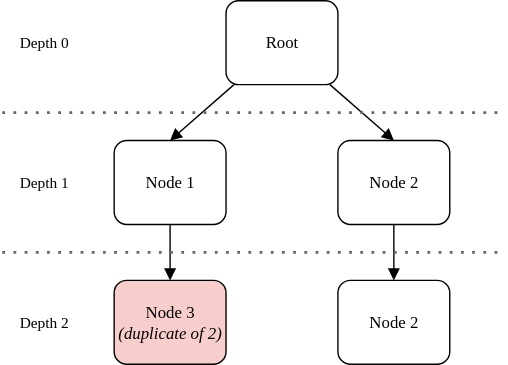
The draw.io diagram Bilder/DrawIO/side_effects_right.svg in jatsqi/master-thesis-latex, before a commit. Source tidied: cells renumbered, new cells last; positions are measured from the earlier drawing's top-left corner, leaving out a move shared by most shapes. Source of this version:
```xml
<mxGraphModel>
  <root>
    <mxCell id="0" />
    <mxCell id="1" parent="0" />
    <mxCell id="2" style="shape=connector;rounded=0;jettySize=auto;html=1;entryX=0.5;entryY=0;entryDx=0;entryDy=0;strokeColor=default;align=center;verticalAlign=middle;fontFamily=Times New Roman;fontSize=11;fontColor=default;labelBackgroundColor=default;endArrow=block;endFill=1;" parent="1" edge="1" source="4" target="6">
      <mxGeometry relative="1" as="geometry" />
    </mxCell>
    <mxCell id="3" style="shape=connector;rounded=0;jettySize=auto;html=1;entryX=0.5;entryY=0;entryDx=0;entryDy=0;strokeColor=default;align=center;verticalAlign=middle;fontFamily=Times New Roman;fontSize=11;fontColor=default;labelBackgroundColor=default;endArrow=block;endFill=1;" parent="1" edge="1" source="4" target="8">
      <mxGeometry relative="1" as="geometry" />
    </mxCell>
    <mxCell id="4" value="Root" style="rounded=1;whiteSpace=wrap;html=1;fontFamily=Times New Roman;" parent="1" vertex="1">
      <mxGeometry x="160" width="80" height="60" as="geometry" />
    </mxCell>
    <mxCell id="5" style="edgeStyle=orthogonalEdgeStyle;rounded=0;jettySize=auto;html=1;endArrow=block;endFill=1;fontFamily=Times New Roman;" parent="1" edge="1" source="6" target="9">
      <mxGeometry relative="1" as="geometry" />
    </mxCell>
    <mxCell id="6" value="Node 1" style="rounded=1;whiteSpace=wrap;html=1;fontFamily=Times New Roman;" parent="1" vertex="1">
      <mxGeometry x="80" y="100" width="80" height="60" as="geometry" />
    </mxCell>
    <mxCell id="7" style="edgeStyle=orthogonalEdgeStyle;rounded=0;jettySize=auto;html=1;endArrow=block;endFill=1;" parent="1" edge="1" source="8" target="15">
      <mxGeometry relative="1" as="geometry" />
    </mxCell>
    <mxCell id="8" value="Node 2" style="rounded=1;whiteSpace=wrap;html=1;fontFamily=Times New Roman;" parent="1" vertex="1">
      <mxGeometry x="240" y="100" width="80" height="60" as="geometry" />
    </mxCell>
    <mxCell id="9" value="Node 3&lt;div&gt;&lt;i&gt;(duplicate of 2)&lt;/i&gt;&lt;/div&gt;" style="rounded=1;whiteSpace=wrap;html=1;fontFamily=Times New Roman;strokeColor=default;fillColor=light-dark(#F8CECC,#512D2B);" parent="1" vertex="1">
      <mxGeometry x="80" y="200" width="80" height="60" as="geometry" />
    </mxCell>
    <mxCell id="10" style="endArrow=none;dashed=1;html=1;dashPattern=1 3;strokeWidth=2;rounded=0;align=center;verticalAlign=middle;fontFamily=Times New Roman;fontSize=11;fontColor=default;labelBackgroundColor=default;edgeStyle=orthogonalEdgeStyle;fillColor=#f5f5f5;strokeColor=#666666;" parent="1" edge="1">
      <mxGeometry relative="1" as="geometry">
        <mxPoint y="180" as="sourcePoint" />
        <mxPoint x="360" y="180" as="targetPoint" />
      </mxGeometry>
    </mxCell>
    <mxCell id="11" value="Depth 1" style="text;html=1;align=center;verticalAlign=middle;whiteSpace=wrap;rounded=0;fontFamily=Times New Roman;fontSize=11;fontColor=default;labelBackgroundColor=default;" parent="1" vertex="1">
      <mxGeometry y="115" width="60" height="30" as="geometry" />
    </mxCell>
    <mxCell id="12" value="Depth 2" style="text;html=1;align=center;verticalAlign=middle;whiteSpace=wrap;rounded=0;fontFamily=Times New Roman;fontSize=11;fontColor=default;labelBackgroundColor=default;" parent="1" vertex="1">
      <mxGeometry y="215" width="60" height="30" as="geometry" />
    </mxCell>
    <mxCell id="13" value="Depth 0" style="text;html=1;align=center;verticalAlign=middle;whiteSpace=wrap;rounded=0;fontFamily=Times New Roman;fontSize=11;fontColor=default;labelBackgroundColor=default;" parent="1" vertex="1">
      <mxGeometry y="15" width="60" height="30" as="geometry" />
    </mxCell>
    <mxCell id="14" style="endArrow=none;dashed=1;html=1;dashPattern=1 3;strokeWidth=2;rounded=0;align=center;verticalAlign=middle;fontFamily=Times New Roman;fontSize=11;fontColor=default;labelBackgroundColor=default;edgeStyle=orthogonalEdgeStyle;fillColor=#f5f5f5;strokeColor=#666666;" parent="1" edge="1">
      <mxGeometry relative="1" as="geometry">
        <mxPoint y="80" as="sourcePoint" />
        <mxPoint x="360" y="80" as="targetPoint" />
      </mxGeometry>
    </mxCell>
    <mxCell id="15" value="Node 2" style="rounded=1;whiteSpace=wrap;html=1;fontFamily=Times New Roman;" parent="1" vertex="1">
      <mxGeometry x="240" y="200" width="80" height="60" as="geometry" />
    </mxCell>
  </root>
</mxGraphModel>
```
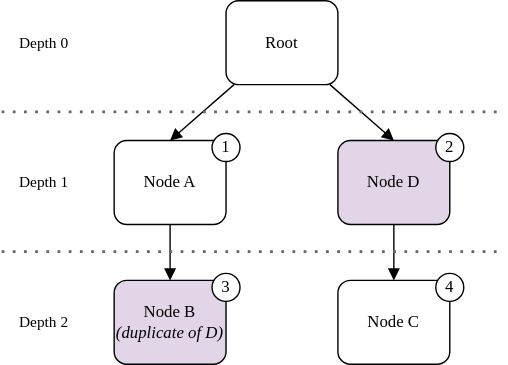
The same file after the commit.

What changed in the source:
```diff
@@ -14,16 +14,16 @@
     <mxCell id="5" style="edgeStyle=orthogonalEdgeStyle;rounded=0;jettySize=auto;html=1;endArrow=block;endFill=1;fontFamily=Times New Roman;" parent="1" edge="1" source="6" target="9">
       <mxGeometry relative="1" as="geometry" />
     </mxCell>
-    <mxCell id="6" value="Node 1" style="rounded=1;whiteSpace=wrap;html=1;fontFamily=Times New Roman;" parent="1" vertex="1">
+    <mxCell id="6" value="Node A" style="rounded=1;whiteSpace=wrap;html=1;fontFamily=Times New Roman;" parent="1" vertex="1">
       <mxGeometry x="80" y="100" width="80" height="60" as="geometry" />
     </mxCell>
-    <mxCell id="7" style="edgeStyle=orthogonalEdgeStyle;rounded=0;jettySize=auto;html=1;endArrow=block;endFill=1;" parent="1" edge="1" source="8" target="15">
+    <mxCell id="7" style="edgeStyle=orthogonalEdgeStyle;rounded=0;jettySize=auto;html=1;endArrow=block;endFill=1;fontFamily=Times New Roman;" parent="1" edge="1" source="8" target="15">
       <mxGeometry relative="1" as="geometry" />
     </mxCell>
-    <mxCell id="8" value="Node 2" style="rounded=1;whiteSpace=wrap;html=1;fontFamily=Times New Roman;" parent="1" vertex="1">
+    <mxCell id="8" value="Node D" style="rounded=1;whiteSpace=wrap;html=1;fontFamily=Times New Roman;fillColor=#e1d5e7;strokeColor=default;" parent="1" vertex="1">
       <mxGeometry x="240" y="100" width="80" height="60" as="geometry" />
     </mxCell>
-    <mxCell id="9" value="Node 3&lt;div&gt;&lt;i&gt;(duplicate of 2)&lt;/i&gt;&lt;/div&gt;" style="rounded=1;whiteSpace=wrap;html=1;fontFamily=Times New Roman;strokeColor=default;fillColor=light-dark(#F8CECC,#512D2B);" parent="1" vertex="1">
+    <mxCell id="9" value="Node B&lt;div&gt;&lt;i&gt;(duplicate of D)&lt;/i&gt;&lt;/div&gt;" style="rounded=1;whiteSpace=wrap;html=1;fontFamily=Times New Roman;strokeColor=default;fillColor=#e1d5e7;" parent="1" vertex="1">
       <mxGeometry x="80" y="200" width="80" height="60" as="geometry" />
     </mxCell>
     <mxCell id="10" style="endArrow=none;dashed=1;html=1;dashPattern=1 3;strokeWidth=2;rounded=0;align=center;verticalAlign=middle;fontFamily=Times New Roman;fontSize=11;fontColor=default;labelBackgroundColor=default;edgeStyle=orthogonalEdgeStyle;fillColor=#f5f5f5;strokeColor=#666666;" parent="1" edge="1">
@@ -47,8 +47,20 @@
         <mxPoint x="360" y="80" as="targetPoint" />
       </mxGeometry>
     </mxCell>
-    <mxCell id="15" value="Node 2" style="rounded=1;whiteSpace=wrap;html=1;fontFamily=Times New Roman;" parent="1" vertex="1">
+    <mxCell id="15" value="Node C" style="rounded=1;whiteSpace=wrap;html=1;fontFamily=Times New Roman;" parent="1" vertex="1">
       <mxGeometry x="240" y="200" width="80" height="60" as="geometry" />
     </mxCell>
+    <mxCell id="16" value="1" style="ellipse;whiteSpace=wrap;html=1;fontFamily=Times New Roman;" parent="1" vertex="1">
+      <mxGeometry x="150" y="95" width="20" height="20" as="geometry" />
+    </mxCell>
+    <mxCell id="17" value="2" style="ellipse;whiteSpace=wrap;html=1;fontFamily=Times New Roman;" parent="1" vertex="1">
+      <mxGeometry x="310" y="95" width="20" height="20" as="geometry" />
+    </mxCell>
+    <mxCell id="18" value="3" style="ellipse;whiteSpace=wrap;html=1;fontFamily=Times New Roman;" parent="1" vertex="1">
+      <mxGeometry x="150" y="195" width="20" height="20" as="geometry" />
+    </mxCell>
+    <mxCell id="19" value="4" style="ellipse;whiteSpace=wrap;html=1;fontFamily=Times New Roman;" parent="1" vertex="1">
+      <mxGeometry x="310" y="195" width="20" height="20" as="geometry" />
+    </mxCell>
   </root>
 </mxGraphModel>
```
